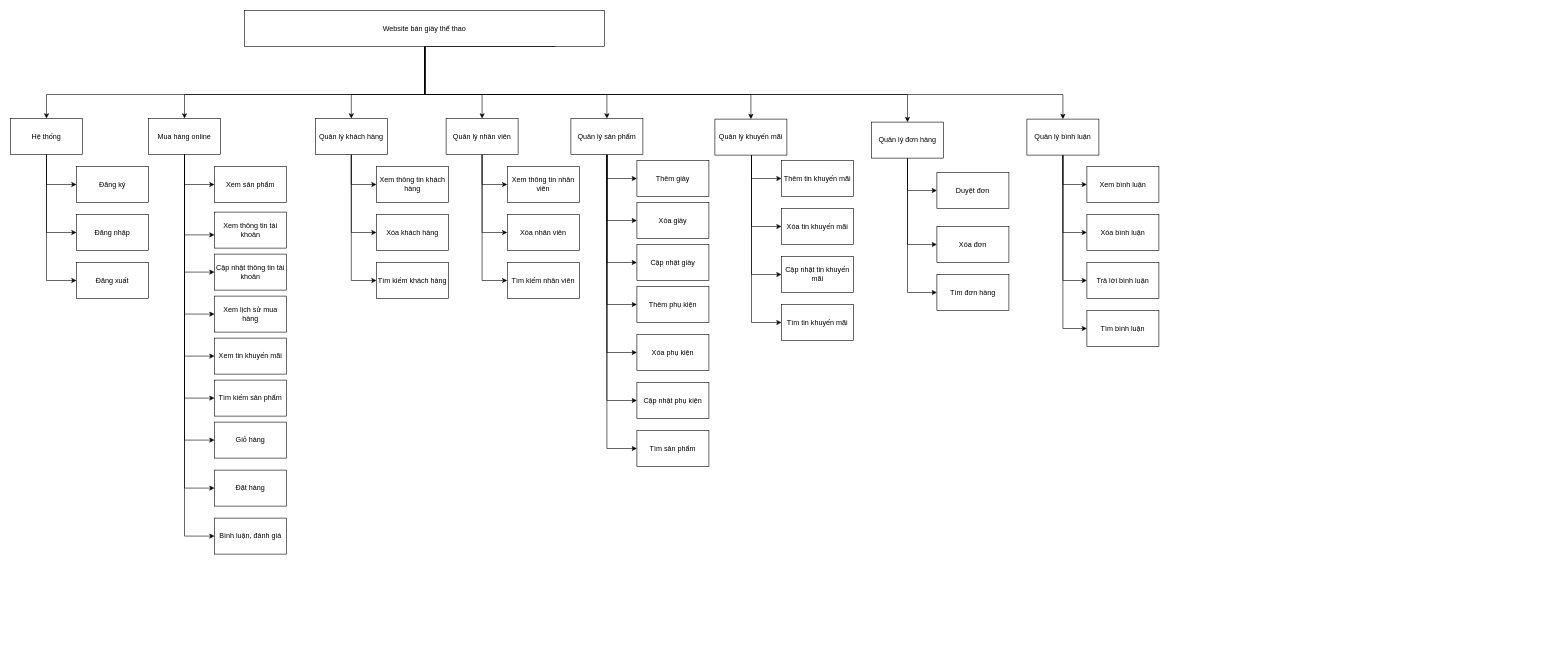
Above: drawio/sodochucnang.drawio in dangthai121200/document-luan-van-tot-nghiep (draw.io), before the change. Source tidied: cells renumbered, new cells numbered last; positions are measured from the earlier drawing's top-left corner, leaving out a move shared by most shapes. Both pictures are drawn from the tidied source at 60%, with x=0, y=0 at pixel (10, 10).
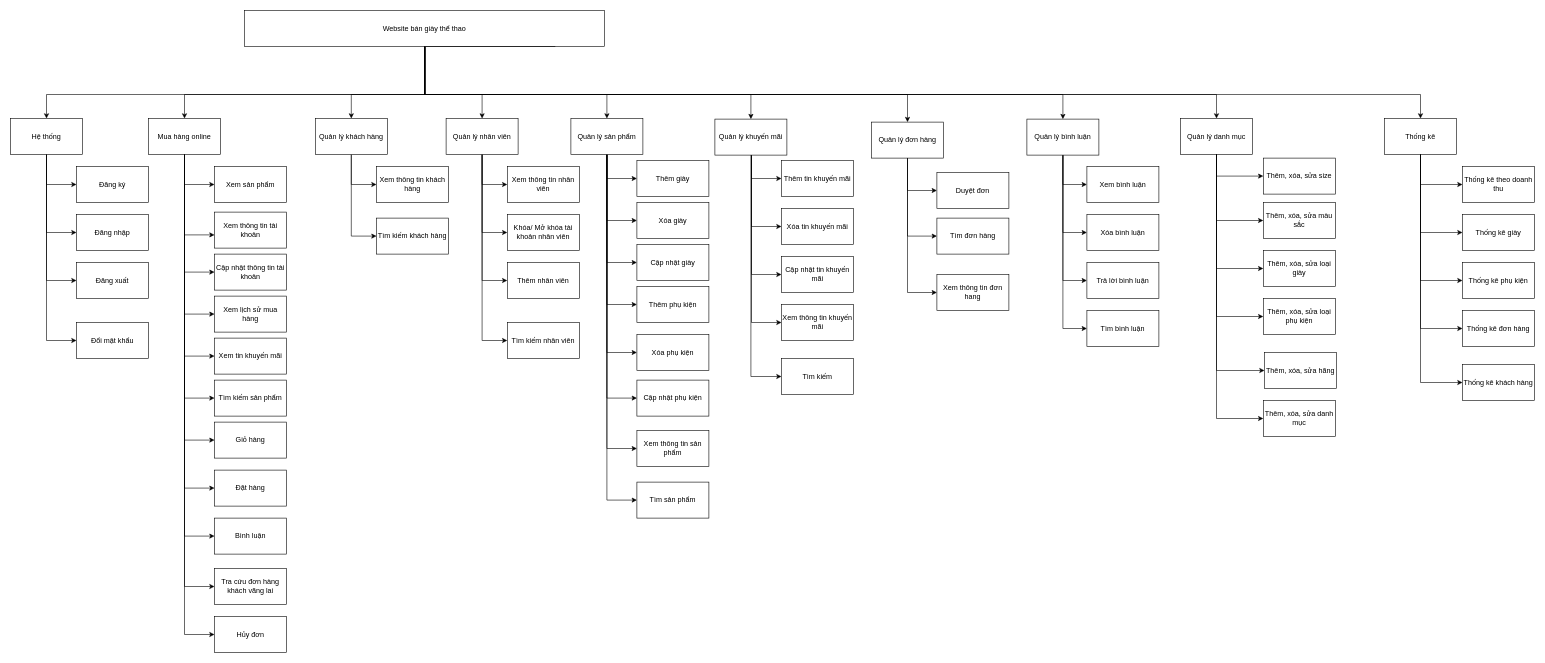
The same diagram, later.

Commit message (it also covers changes not shown here):
Fix erd, function diagram, mo ta nghiep vu

The change refers to these unchanged cells:
```xml
<mxCell id="9" value="Website bán giày thể thao" style="rounded=0;whiteSpace=wrap;html=1;" parent="1" vertex="1">
  <mxGeometry x="390" width="600" height="60" as="geometry" />
</mxCell>
<mxCell id="12" value="Hệ thống" style="whiteSpace=wrap;html=1;rounded=0;" parent="1" vertex="1">
  <mxGeometry y="180" width="120" height="60" as="geometry" />
</mxCell>
<mxCell id="24" value="Mua hàng online" style="whiteSpace=wrap;html=1;rounded=0;" parent="1" vertex="1">
  <mxGeometry x="230" y="180" width="120" height="60" as="geometry" />
</mxCell>
<mxCell id="38" value="Quản lý khách hàng" style="whiteSpace=wrap;html=1;rounded=0;" parent="1" vertex="1">
  <mxGeometry x="508" y="180" width="120" height="60" as="geometry" />
</mxCell>
<mxCell id="49" value="Quản lý sản phẩm" style="whiteSpace=wrap;html=1;rounded=0;" parent="1" vertex="1">
  <mxGeometry x="934" y="180" width="120" height="60" as="geometry" />
</mxCell>
<mxCell id="62" value="Quản lý khuyến mãi" style="whiteSpace=wrap;html=1;rounded=0;" parent="1" vertex="1">
  <mxGeometry x="1174" y="181" width="120" height="60" as="geometry" />
</mxCell>
<mxCell id="69" value="Quản lý đơn hàng" style="whiteSpace=wrap;html=1;rounded=0;" parent="1" vertex="1">
  <mxGeometry x="1435" y="186" width="120" height="60" as="geometry" />
</mxCell>
<mxCell id="86" value="Quản lý nhân viên" style="whiteSpace=wrap;html=1;rounded=0;" parent="1" vertex="1">
  <mxGeometry x="726" y="180" width="120" height="60" as="geometry" />
</mxCell>
```

Diff of the diagram source:
```diff
@@
-    <mxCell id="34" value="Bình luận, đánh giá" style="whiteSpace=wrap;html=1;rounded=0;" parent="1" vertex="1">
+    <mxCell id="34" value="Bình luận&lt;br&gt;" style="whiteSpace=wrap;html=1;rounded=0;" parent="1" vertex="1">
       <mxGeometry x="340" y="846" width="120" height="60" as="geometry" />
     </mxCell>
@@
-    <mxCell id="36" style="edgeStyle=orthogonalEdgeStyle;rounded=0;jettySize=auto;html=1;entryX=0;entryY=0.5;entryDx=0;entryDy=0;" parent="1" edge="1" source="38" target="40">
-      <mxGeometry relative="1" as="geometry" />
-    </mxCell>
@@
-    <mxCell id="40" value="Xóa khách hàng" style="whiteSpace=wrap;html=1;rounded=0;" parent="1" vertex="1">
-      <mxGeometry x="610" y="340" width="120" height="60" as="geometry" />
-    </mxCell>
     <mxCell id="41" value="Tìm kiếm khách hàng" style="whiteSpace=wrap;html=1;rounded=0;" parent="1" vertex="1">
-      <mxGeometry x="610" y="420" width="120" height="60" as="geometry" />
+      <mxGeometry x="610" y="346" width="120" height="60" as="geometry" />
     </mxCell>
@@
     <mxCell id="55" value="Cập nhật phụ kiện" style="whiteSpace=wrap;html=1;rounded=0;" parent="1" vertex="1">
-      <mxGeometry x="1044" y="620" width="120" height="60" as="geometry" />
+      <mxGeometry x="1044" y="616" width="120" height="60" as="geometry" />
     </mxCell>
     <mxCell id="56" value="Tìm sản phẩm" style="whiteSpace=wrap;html=1;rounded=0;" parent="1" vertex="1">
-      <mxGeometry x="1044" y="700" width="120" height="60" as="geometry" />
+      <mxGeometry x="1044" y="786" width="120" height="60" as="geometry" />
     </mxCell>
@@
-    <mxCell id="67" style="edgeStyle=orthogonalEdgeStyle;rounded=0;jettySize=auto;html=1;exitX=0.5;exitY=1;exitDx=0;exitDy=0;entryX=0;entryY=0.5;entryDx=0;entryDy=0;" parent="1" edge="1" source="69" target="71">
-      <mxGeometry relative="1" as="geometry" />
-    </mxCell>
@@
-    <mxCell id="71" value="Xóa đơn" style="whiteSpace=wrap;html=1;rounded=0;" parent="1" vertex="1">
-      <mxGeometry x="1544" y="360" width="120" height="60" as="geometry" />
-    </mxCell>
@@
-    <mxCell id="80" value="Tìm tin khuyến mãi" style="whiteSpace=wrap;html=1;rounded=0;" parent="1" vertex="1">
+    <mxCell id="80" value="Xem thông tin khuyến mãi" style="whiteSpace=wrap;html=1;rounded=0;" parent="1" vertex="1">
       <mxGeometry x="1285" y="490" width="120" height="60" as="geometry" />
     </mxCell>
     <mxCell id="81" value="Tìm đơn hàng" style="whiteSpace=wrap;html=1;rounded=0;" parent="1" vertex="1">
-      <mxGeometry x="1544" y="440" width="120" height="60" as="geometry" />
+      <mxGeometry x="1544" y="346" width="120" height="60" as="geometry" />
     </mxCell>
@@
-    <mxCell id="88" value="Xóa nhân viên" style="whiteSpace=wrap;html=1;rounded=0;" parent="1" vertex="1">
+    <mxCell id="88" value="Khóa/ Mở khóa tài khoản nhân viên" style="whiteSpace=wrap;html=1;rounded=0;" parent="1" vertex="1">
       <mxGeometry x="828" y="340" width="120" height="60" as="geometry" />
     </mxCell>
     <mxCell id="89" value="Tìm kiếm nhân viên" style="whiteSpace=wrap;html=1;rounded=0;" parent="1" vertex="1">
-      <mxGeometry x="828" y="420" width="120" height="60" as="geometry" />
+      <mxGeometry x="828" y="520" width="120" height="60" as="geometry" />
     </mxCell>
@@
+    <mxCell id="91" value="Đổi mật khẩu" style="whiteSpace=wrap;html=1;rounded=0;" parent="1" vertex="1">
+      <mxGeometry x="110" y="520" width="120" height="60" as="geometry" />
+    </mxCell>
+    <mxCell id="92" style="edgeStyle=orthogonalEdgeStyle;rounded=0;jettySize=auto;html=1;exitX=0.5;exitY=1;exitDx=0;exitDy=0;entryX=0;entryY=0.5;entryDx=0;entryDy=0;" parent="1" edge="1" source="12" target="91">
+      <mxGeometry relative="1" as="geometry" />
+    </mxCell>
+    <mxCell id="93" value="Tra cứu đơn hàng khách vãng lai" style="whiteSpace=wrap;html=1;rounded=0;" parent="1" vertex="1">
+      <mxGeometry x="340" y="930" width="120" height="60" as="geometry" />
+    </mxCell>
+    <mxCell id="94" style="edgeStyle=orthogonalEdgeStyle;rounded=0;jettySize=auto;html=1;entryX=0;entryY=0.5;entryDx=0;entryDy=0;" parent="1" edge="1" target="93">
+      <mxGeometry relative="1" as="geometry">
+        <mxPoint x="290" y="270" as="sourcePoint" />
+        <Array as="points">
+          <mxPoint x="290" y="250" />
+          <mxPoint x="290" y="960" />
+        </Array>
+      </mxGeometry>
+    </mxCell>
+    <mxCell id="95" value="Thêm nhân viên" style="whiteSpace=wrap;html=1;rounded=0;" parent="1" vertex="1">
+      <mxGeometry x="828" y="420" width="120" height="60" as="geometry" />
+    </mxCell>
+    <mxCell id="96" style="edgeStyle=orthogonalEdgeStyle;rounded=0;jettySize=auto;html=1;entryX=0;entryY=0.5;entryDx=0;entryDy=0;exitX=0.5;exitY=1;exitDx=0;exitDy=0;" parent="1" edge="1" source="86" target="95">
+      <mxGeometry relative="1" as="geometry">
+        <Array as="points">
+          <mxPoint x="786" y="450" />
+        </Array>
+      </mxGeometry>
+    </mxCell>
+    <mxCell id="97" value="Xem thông tin sản phẩm" style="whiteSpace=wrap;html=1;rounded=0;" parent="1" vertex="1">
+      <mxGeometry x="1044" y="700" width="120" height="60" as="geometry" />
+    </mxCell>
+    <mxCell id="98" style="edgeStyle=orthogonalEdgeStyle;rounded=0;jettySize=auto;html=1;entryX=0;entryY=0.5;entryDx=0;entryDy=0;exitX=0.5;exitY=1;exitDx=0;exitDy=0;" parent="1" edge="1" source="49" target="97">
+      <mxGeometry relative="1" as="geometry">
+        <Array as="points">
+          <mxPoint x="994" y="730" />
+        </Array>
+      </mxGeometry>
+    </mxCell>
+    <mxCell id="99" value="Tìm kiếm" style="whiteSpace=wrap;html=1;rounded=0;" parent="1" vertex="1">
+      <mxGeometry x="1285" y="580" width="120" height="60" as="geometry" />
+    </mxCell>
+    <mxCell id="100" style="edgeStyle=orthogonalEdgeStyle;rounded=0;jettySize=auto;html=1;entryX=0;entryY=0.5;entryDx=0;entryDy=0;exitX=0.5;exitY=1;exitDx=0;exitDy=0;" parent="1" edge="1" source="62" target="99">
+      <mxGeometry relative="1" as="geometry">
+        <Array as="points">
+          <mxPoint x="1234" y="610" />
+        </Array>
+      </mxGeometry>
+    </mxCell>
+    <mxCell id="101" value="Xem thông tin đơn hang" style="whiteSpace=wrap;html=1;rounded=0;" parent="1" vertex="1">
+      <mxGeometry x="1544" y="440" width="120" height="60" as="geometry" />
+    </mxCell>
+    <mxCell id="102" style="edgeStyle=orthogonalEdgeStyle;rounded=0;jettySize=auto;html=1;exitX=0.5;exitY=1;exitDx=0;exitDy=0;entryX=0;entryY=0.5;entryDx=0;entryDy=0;" parent="1" edge="1" source="69" target="101">
+      <mxGeometry relative="1" as="geometry" />
+    </mxCell>
+    <mxCell id="103" value="Hủy đơn" style="whiteSpace=wrap;html=1;rounded=0;" parent="1" vertex="1">
+      <mxGeometry x="340" y="1010" width="120" height="60" as="geometry" />
+    </mxCell>
+    <mxCell id="104" style="edgeStyle=orthogonalEdgeStyle;rounded=0;jettySize=auto;html=1;entryX=0;entryY=0.5;entryDx=0;entryDy=0;exitX=0.5;exitY=1;exitDx=0;exitDy=0;" parent="1" edge="1" source="24" target="103">
+      <mxGeometry relative="1" as="geometry">
+        <Array as="points">
+          <mxPoint x="290" y="1040" />
+        </Array>
+      </mxGeometry>
+    </mxCell>
+    <mxCell id="105" value="Quản lý danh mục" style="whiteSpace=wrap;html=1;rounded=0;" parent="1" vertex="1">
+      <mxGeometry x="1950" y="180" width="120" height="60" as="geometry" />
+    </mxCell>
+    <mxCell id="106" style="edgeStyle=orthogonalEdgeStyle;rounded=0;jettySize=auto;html=1;exitX=0.5;exitY=1;exitDx=0;exitDy=0;entryX=0.5;entryY=0;entryDx=0;entryDy=0;" parent="1" edge="1" source="9" target="105">
+      <mxGeometry relative="1" as="geometry">
+        <Array as="points">
+          <mxPoint x="690" y="140" />
+          <mxPoint x="2010" y="140" />
+        </Array>
+      </mxGeometry>
+    </mxCell>
+    <mxCell id="107" value="Thêm, xóa, sửa size&lt;br&gt;" style="whiteSpace=wrap;html=1;rounded=0;" parent="1" vertex="1">
+      <mxGeometry x="2088" y="246" width="120" height="60" as="geometry" />
+    </mxCell>
+    <mxCell id="108" style="edgeStyle=orthogonalEdgeStyle;rounded=0;jettySize=auto;html=1;entryX=0;entryY=0.5;entryDx=0;entryDy=0;exitX=0.5;exitY=1;exitDx=0;exitDy=0;" parent="1" edge="1" source="105" target="107">
+      <mxGeometry relative="1" as="geometry" />
+    </mxCell>
+    <mxCell id="109" value="Thêm, xóa, sửa màu sắc" style="whiteSpace=wrap;html=1;rounded=0;" parent="1" vertex="1">
+      <mxGeometry x="2088" y="320" width="120" height="60" as="geometry" />
+    </mxCell>
+    <mxCell id="110" style="edgeStyle=orthogonalEdgeStyle;rounded=0;jettySize=auto;html=1;exitX=0.5;exitY=1;exitDx=0;exitDy=0;entryX=0;entryY=0.5;entryDx=0;entryDy=0;" parent="1" edge="1" source="105" target="109">
+      <mxGeometry relative="1" as="geometry" />
+    </mxCell>
+    <mxCell id="111" style="edgeStyle=orthogonalEdgeStyle;rounded=0;jettySize=auto;html=1;exitX=0.5;exitY=1;exitDx=0;exitDy=0;entryX=0;entryY=0.5;entryDx=0;entryDy=0;" parent="1" edge="1" source="105" target="112">
+      <mxGeometry relative="1" as="geometry">
+        <Array as="points">
+          <mxPoint x="2010" y="430" />
+          <mxPoint x="2088" y="430" />
+        </Array>
+      </mxGeometry>
+    </mxCell>
+    <mxCell id="112" value="Thêm, xóa, sửa loại giày&lt;br&gt;" style="whiteSpace=wrap;html=1;rounded=0;" parent="1" vertex="1">
+      <mxGeometry x="2088" y="400" width="120" height="60" as="geometry" />
+    </mxCell>
+    <mxCell id="113" value="Thêm, xóa, sửa loại phụ kiện" style="whiteSpace=wrap;html=1;rounded=0;" parent="1" vertex="1">
+      <mxGeometry x="2088" y="480" width="120" height="60" as="geometry" />
+    </mxCell>
+    <mxCell id="114" value="Thêm, xóa, sửa hãng" style="whiteSpace=wrap;html=1;rounded=0;" parent="1" vertex="1">
+      <mxGeometry x="2090" y="570" width="120" height="60" as="geometry" />
+    </mxCell>
+    <mxCell id="115" value="Thêm, xóa, sửa danh mục" style="whiteSpace=wrap;html=1;rounded=0;" parent="1" vertex="1">
+      <mxGeometry x="2088" y="650" width="120" height="60" as="geometry" />
+    </mxCell>
+    <mxCell id="116" style="edgeStyle=orthogonalEdgeStyle;rounded=0;jettySize=auto;html=1;exitX=0.5;exitY=1;exitDx=0;exitDy=0;entryX=0;entryY=0.5;entryDx=0;entryDy=0;" parent="1" edge="1" source="105" target="113">
+      <mxGeometry relative="1" as="geometry">
+        <Array as="points">
+          <mxPoint x="2010" y="510" />
+        </Array>
+      </mxGeometry>
+    </mxCell>
+    <mxCell id="117" style="edgeStyle=orthogonalEdgeStyle;rounded=0;jettySize=auto;html=1;exitX=0.5;exitY=1;exitDx=0;exitDy=0;entryX=0;entryY=0.5;entryDx=0;entryDy=0;" parent="1" edge="1" source="105" target="114">
+      <mxGeometry relative="1" as="geometry">
+        <Array as="points">
+          <mxPoint x="2010" y="600" />
+        </Array>
+      </mxGeometry>
+    </mxCell>
+    <mxCell id="118" style="edgeStyle=orthogonalEdgeStyle;rounded=0;jettySize=auto;html=1;entryX=0;entryY=0.5;entryDx=0;entryDy=0;exitX=0.5;exitY=1;exitDx=0;exitDy=0;" parent="1" edge="1" source="105" target="115">
+      <mxGeometry relative="1" as="geometry">
+        <Array as="points">
+          <mxPoint x="2010" y="680" />
+        </Array>
+      </mxGeometry>
+    </mxCell>
+    <mxCell id="119" value="Thống kê" style="whiteSpace=wrap;html=1;rounded=0;" parent="1" vertex="1">
+      <mxGeometry x="2290" y="180" width="120" height="60" as="geometry" />
+    </mxCell>
+    <mxCell id="120" style="edgeStyle=orthogonalEdgeStyle;rounded=0;jettySize=auto;html=1;exitX=0.5;exitY=1;exitDx=0;exitDy=0;entryX=0.5;entryY=0;entryDx=0;entryDy=0;" parent="1" edge="1" source="9" target="119">
+      <mxGeometry relative="1" as="geometry">
+        <Array as="points">
+          <mxPoint x="690" y="140" />
+          <mxPoint x="2350" y="140" />
+        </Array>
+      </mxGeometry>
+    </mxCell>
+    <mxCell id="121" value="Thống kê theo doanh thu" style="whiteSpace=wrap;html=1;rounded=0;" parent="1" vertex="1">
+      <mxGeometry x="2420" y="260" width="120" height="60" as="geometry" />
+    </mxCell>
+    <mxCell id="122" value="Thống kê giày" style="whiteSpace=wrap;html=1;rounded=0;" parent="1" vertex="1">
+      <mxGeometry x="2420" y="340" width="120" height="60" as="geometry" />
+    </mxCell>
+    <mxCell id="123" value="Thống kê phụ kiện" style="whiteSpace=wrap;html=1;rounded=0;" parent="1" vertex="1">
+      <mxGeometry x="2420" y="420" width="120" height="60" as="geometry" />
+    </mxCell>
+    <mxCell id="124" style="edgeStyle=orthogonalEdgeStyle;rounded=0;jettySize=auto;html=1;entryX=0;entryY=0.5;entryDx=0;entryDy=0;exitX=0.5;exitY=1;exitDx=0;exitDy=0;" parent="1" edge="1" source="119" target="121">
+      <mxGeometry relative="1" as="geometry" />
+    </mxCell>
+    <mxCell id="125" style="edgeStyle=orthogonalEdgeStyle;rounded=0;jettySize=auto;html=1;entryX=0;entryY=0.5;entryDx=0;entryDy=0;exitX=0.5;exitY=1;exitDx=0;exitDy=0;" parent="1" edge="1" source="119" target="122">
+      <mxGeometry relative="1" as="geometry" />
+    </mxCell>
+    <mxCell id="126" style="edgeStyle=orthogonalEdgeStyle;rounded=0;jettySize=auto;html=1;entryX=0;entryY=0.5;entryDx=0;entryDy=0;exitX=0.5;exitY=1;exitDx=0;exitDy=0;" parent="1" edge="1" source="119" target="123">
+      <mxGeometry relative="1" as="geometry" />
+    </mxCell>
+    <mxCell id="127" value="Thống kê đơn hàng" style="whiteSpace=wrap;html=1;rounded=0;" parent="1" vertex="1">
+      <mxGeometry x="2420" y="500" width="120" height="60" as="geometry" />
+    </mxCell>
+    <mxCell id="128" style="edgeStyle=orthogonalEdgeStyle;rounded=0;jettySize=auto;html=1;entryX=0;entryY=0.5;entryDx=0;entryDy=0;exitX=0.5;exitY=1;exitDx=0;exitDy=0;" parent="1" edge="1" source="119" target="127">
+      <mxGeometry relative="1" as="geometry" />
+    </mxCell>
+    <mxCell id="129" value="Thống kê khách hàng" style="whiteSpace=wrap;html=1;rounded=0;" parent="1" vertex="1">
+      <mxGeometry x="2420" y="590" width="120" height="60" as="geometry" />
+    </mxCell>
+    <mxCell id="130" style="edgeStyle=orthogonalEdgeStyle;rounded=0;jettySize=auto;html=1;entryX=0;entryY=0.5;entryDx=0;entryDy=0;exitX=0.5;exitY=1;exitDx=0;exitDy=0;" parent="1" edge="1" source="119" target="129">
+      <mxGeometry relative="1" as="geometry" />
+    </mxCell>
```
